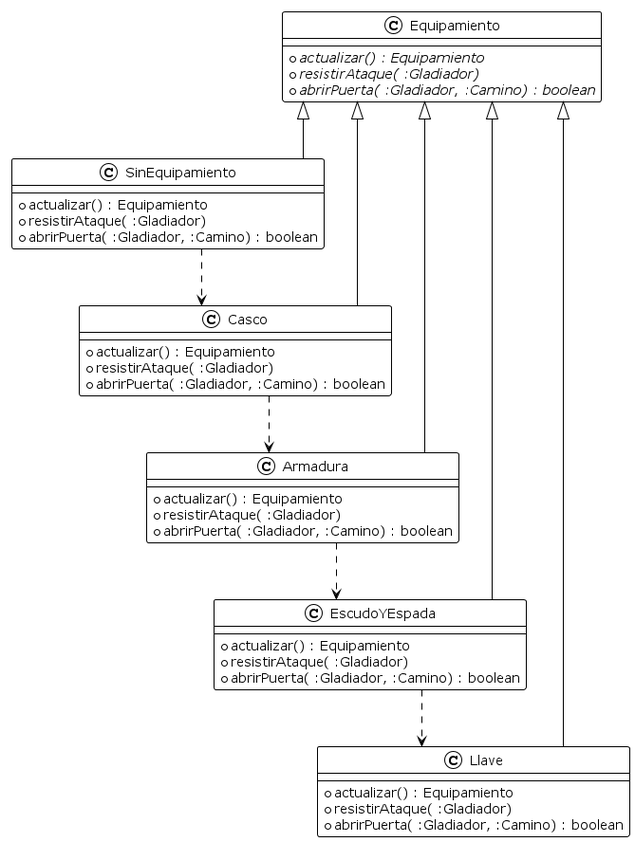
Earlier version of the PlantUML export diagrams/classes/clase_equipamiento.png (lautiland/TP2-ALGO3-ALGOROMA).
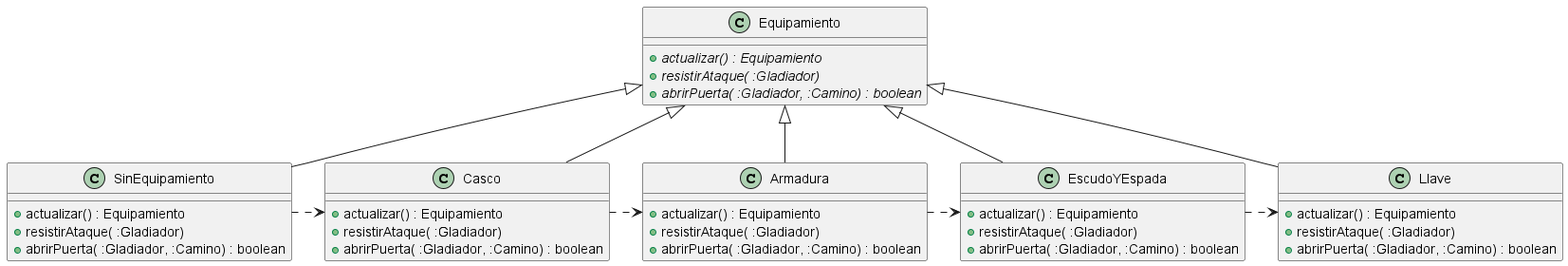
Above is the later version.

What changed in the source:
```diff
@@ -1,7 +1,6 @@
 @startuml
-!theme plain
 skinparam groupInheritance 1
-skinparam linetype ortho
+
 
 Equipamiento <|-- SinEquipamiento
 Equipamiento <|-- Casco
@@ -9,10 +8,10 @@
 Equipamiento <|-- EscudoYEspada
 Equipamiento <|-- Llave
 
-SinEquipamiento ..> Casco
-Casco ..> Armadura
-Armadura ..> EscudoYEspada
-EscudoYEspada ..> Llave
+SinEquipamiento .> Casco
+Casco .> Armadura
+Armadura .> EscudoYEspada
+EscudoYEspada .> Llave
 
 Class Equipamiento{
     + {abstract} actualizar() : Equipamiento
```
